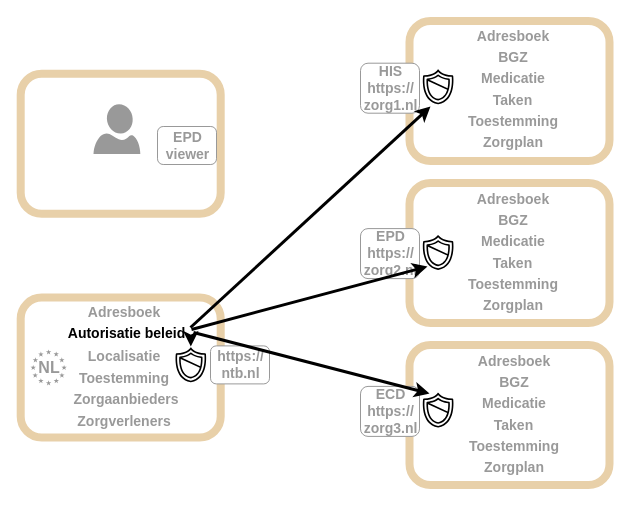
Before: page "Autorisatie1" (6 of 8) of input/images-source/scp-high-level-architecture.drawio in SanteonNL/shared-care-planning, a draw.io diagram. Source tidied: cells renumbered, new cells numbered last; positions are measured from the earlier drawing's top-left corner, leaving out a move shared by most shapes. Both pictures are drawn from the tidied source at 100%, with x=0, y=0 at pixel (20, 21).
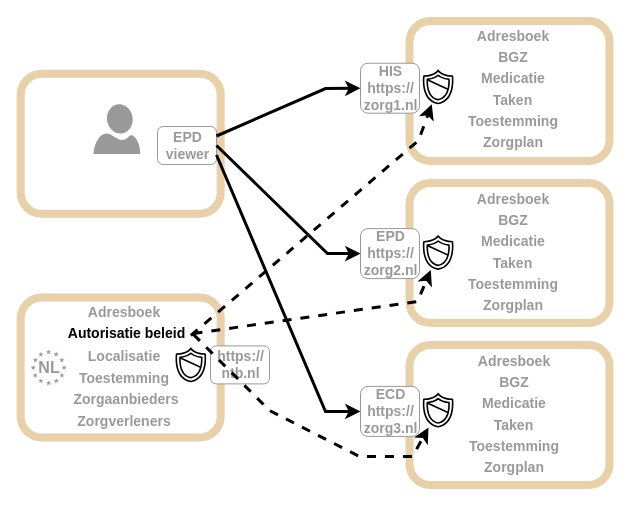
After the change.

Unchanged cells that the change refers to:
```xml
<mxCell id="15" value="&lt;div&gt;ECD&lt;/div&gt;https://&lt;div&gt;zorg3.nl&lt;/div&gt;" style="rounded=1;whiteSpace=wrap;html=1;align=center;verticalAlign=middle;spacingTop=0;spacing=1;spacingLeft=2;fontSize=14;fontStyle=1;flipV=0;flipH=0;rotation=0;strokeColor=#999999;fontColor=#999999;" parent="1" vertex="1">
  <mxGeometry x="340" y="364.9" width="59" height="50" as="geometry" />
</mxCell>
<mxCell id="16" value="&lt;div&gt;EPD&lt;/div&gt;https://&lt;div&gt;zorg2.nl&lt;/div&gt;" style="rounded=1;whiteSpace=wrap;html=1;align=center;verticalAlign=middle;spacingTop=0;spacing=1;spacingLeft=2;fontSize=14;fontStyle=1;flipV=0;flipH=0;rotation=0;strokeColor=#999999;fontColor=#999999;" parent="1" vertex="1">
  <mxGeometry x="340" y="207.1" width="59" height="50" as="geometry" />
</mxCell>
<mxCell id="17" value="&lt;div&gt;HIS&lt;/div&gt;https://&lt;div&gt;zorg1.nl&lt;/div&gt;" style="rounded=1;whiteSpace=wrap;html=1;align=center;verticalAlign=middle;spacingTop=0;spacing=1;spacingLeft=2;fontSize=14;fontStyle=1;flipV=0;flipH=0;rotation=0;strokeColor=#999999;fontColor=#999999;" parent="1" vertex="1">
  <mxGeometry x="340" y="41.7" width="59" height="50" as="geometry" />
</mxCell>
<mxCell id="21" value="EPD&lt;div&gt;viewer&lt;/div&gt;" style="rounded=1;whiteSpace=wrap;html=1;align=center;verticalAlign=middle;spacingTop=0;spacing=1;spacingLeft=2;fontSize=14;fontStyle=1;flipV=0;flipH=0;rotation=0;strokeColor=#999999;fontColor=#999999;" parent="1" vertex="1">
  <mxGeometry x="137" y="105" width="59" height="38" as="geometry" />
</mxCell>
<mxCell id="38" style="sketch=0;outlineConnect=0;fontColor=#000000;gradientColor=none;fillColor=#000000;strokeColor=none;dashed=0;verticalLabelPosition=bottom;verticalAlign=top;align=center;html=1;fontSize=12;fontStyle=0;shape=mxgraph.aws4.shield2;" parent="1" vertex="1">
  <mxGeometry x="399.3" y="47" width="36.7" height="36.7" as="geometry" />
</mxCell>
<mxCell id="39" style="sketch=0;outlineConnect=0;fontColor=#000000;gradientColor=none;fillColor=#000000;strokeColor=none;dashed=0;verticalLabelPosition=bottom;verticalAlign=top;align=center;html=1;fontSize=12;fontStyle=0;shape=mxgraph.aws4.shield2;" parent="1" vertex="1">
  <mxGeometry x="399.3" y="212.7" width="36.7" height="36.7" as="geometry" />
</mxCell>
<mxCell id="40" style="sketch=0;outlineConnect=0;fontColor=#000000;gradientColor=none;fillColor=#000000;strokeColor=none;dashed=0;verticalLabelPosition=bottom;verticalAlign=top;align=center;html=1;fontSize=12;fontStyle=0;shape=mxgraph.aws4.shield2;" parent="1" vertex="1">
  <mxGeometry x="399.3" y="370.3" width="36.7" height="36.7" as="geometry" />
</mxCell>
```

What changed in the source:
```diff
@@
-    <mxCell id="56" style="endArrow=classic;html=1;rounded=0;strokeWidth=3;" parent="1" edge="1">
+    <mxCell id="56" style="endArrow=classic;html=1;rounded=0;strokeWidth=3;dashed=1;" parent="1" edge="1" target="38">
       <mxGeometry relative="1" as="geometry">
         <mxPoint x="170.3" y="314" as="sourcePoint" />
-        <mxPoint x="170.3" y="325" as="targetPoint" />
+        <Array as="points">
+          <mxPoint x="398" y="119" />
+        </Array>
       </mxGeometry>
     </mxCell>
-    <mxCell id="57" style="endArrow=classic;html=1;rounded=0;strokeWidth=3;" parent="1" edge="1">
+    <mxCell id="57" style="endArrow=classic;html=1;rounded=0;strokeWidth=3;exitX=1;exitY=0.25;exitDx=0;exitDy=0;entryX=0;entryY=0.5;entryDx=0;entryDy=0;" parent="1" edge="1" source="21" target="17">
       <mxGeometry relative="1" as="geometry">
-        <mxPoint x="170" y="306" as="sourcePoint" />
-        <mxPoint x="410" y="85" as="targetPoint" />
+        <Array as="points">
+          <mxPoint x="305" y="67" />
+        </Array>
       </mxGeometry>
     </mxCell>
-    <mxCell id="58" style="endArrow=classic;html=1;rounded=0;strokeWidth=3;" parent="1" edge="1">
+    <mxCell id="58" style="endArrow=classic;html=1;rounded=0;strokeWidth=3;exitX=1;exitY=0.5;exitDx=0;exitDy=0;entryX=0;entryY=0.5;entryDx=0;entryDy=0;" parent="1" edge="1" source="21" target="16">
       <mxGeometry relative="1" as="geometry">
-        <mxPoint x="171" y="308" as="sourcePoint" />
-        <mxPoint x="407" y="245" as="targetPoint" />
+        <Array as="points">
+          <mxPoint x="307" y="232" />
+        </Array>
       </mxGeometry>
     </mxCell>
-    <mxCell id="59" style="endArrow=classic;html=1;rounded=0;strokeWidth=3;" parent="1" edge="1">
+    <mxCell id="59" style="endArrow=classic;html=1;rounded=0;strokeWidth=3;exitX=1;exitY=0.75;exitDx=0;exitDy=0;entryX=0;entryY=0.5;entryDx=0;entryDy=0;" parent="1" edge="1" source="21" target="15">
       <mxGeometry relative="1" as="geometry">
-        <mxPoint x="173" y="311" as="sourcePoint" />
-        <mxPoint x="409" y="372" as="targetPoint" />
+        <Array as="points">
+          <mxPoint x="305" y="390" />
+        </Array>
       </mxGeometry>
     </mxCell>
+    <mxCell id="60" style="endArrow=classic;html=1;rounded=0;strokeWidth=3;dashed=1;" parent="1" edge="1" target="39">
+      <mxGeometry relative="1" as="geometry">
+        <mxPoint x="173" y="312" as="sourcePoint" />
+        <Array as="points">
+          <mxPoint x="397" y="280" />
+        </Array>
+      </mxGeometry>
+    </mxCell>
+    <mxCell id="61" style="endArrow=classic;html=1;rounded=0;strokeWidth=3;dashed=1;" parent="1" edge="1" target="40">
+      <mxGeometry relative="1" as="geometry">
+        <mxPoint x="173" y="313" as="sourcePoint" />
+        <Array as="points">
+          <mxPoint x="249" y="389" />
+          <mxPoint x="339" y="435" />
+          <mxPoint x="392" y="435" />
+        </Array>
+      </mxGeometry>
+    </mxCell>
```
